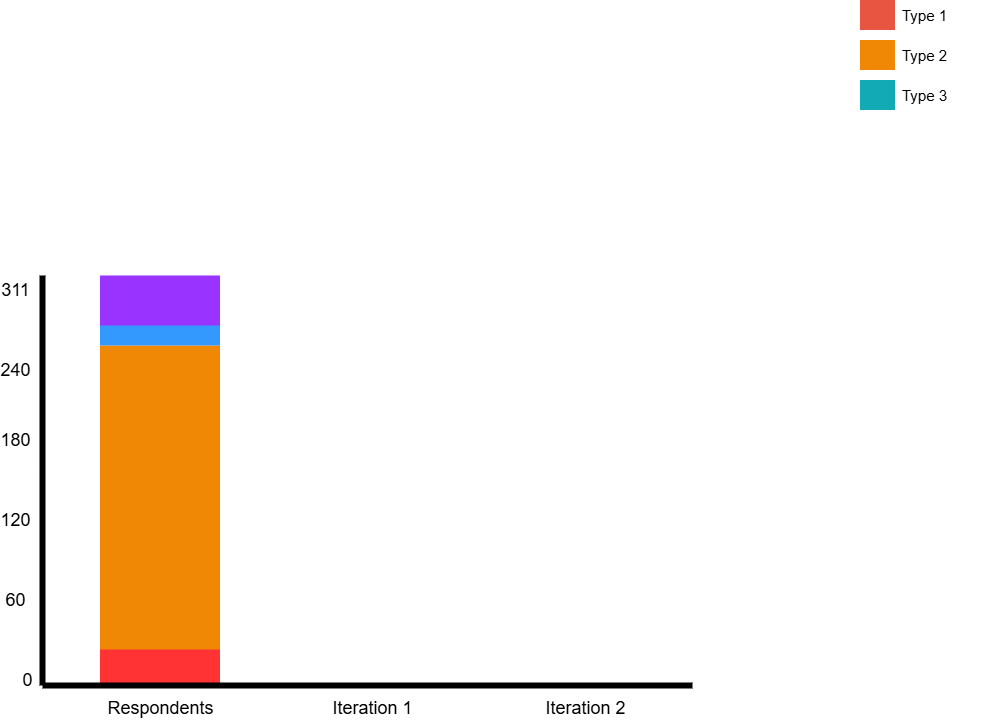
Earlier version of the draw.io export UserAcceptanceTestingSummary.drawio.png (kaisunoo/Acads). Source tidied: cells renumbered, new cells last; positions are measured from the earlier drawing's top-left corner, leaving out a move shared by most shapes.
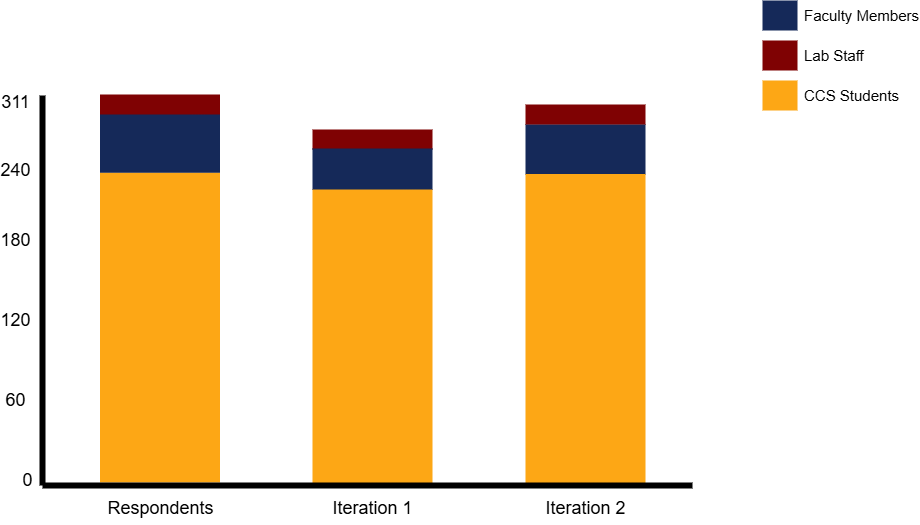
Later version of the same file.

Diff of the diagram source:
```diff
@@ -2,14 +2,20 @@
   <root>
     <mxCell id="0" />
     <mxCell id="1" parent="0" />
+    <mxCell id="23" style="whiteSpace=wrap;fillColor=#152959;gradientColor=none;gradientDirection=east;strokeColor=none;html=1;fontColor=#23445d;" parent="1" vertex="1">
+      <mxGeometry x="525" y="324.8" width="120" height="50.5" as="geometry" />
+    </mxCell>
+    <mxCell id="24" style="whiteSpace=wrap;fillColor=#FDA715;gradientColor=none;gradientDirection=east;strokeColor=none;html=1;fontColor=#23445d;" parent="1" vertex="1">
+      <mxGeometry x="525" y="374.5" width="120" height="310" as="geometry" />
+    </mxCell>
+    <mxCell id="25" style="whiteSpace=wrap;fillColor=#FDA715;gradientColor=none;gradientDirection=east;strokeColor=none;html=1;fontColor=#23445d;" parent="1" vertex="1">
+      <mxGeometry x="312" y="389.5" width="120" height="294" as="geometry" />
+    </mxCell>
-    <mxCell id="2" style="whiteSpace=wrap;fillColor=#F08705;gradientColor=none;gradientDirection=east;strokeColor=none;html=1;fontColor=#23445d;" parent="1" vertex="1">
-      <mxGeometry x="99.5" y="346" width="120" height="310" as="geometry" />
+    <mxCell id="2" style="whiteSpace=wrap;fillColor=#FDA715;gradientColor=none;gradientDirection=east;strokeColor=none;html=1;fontColor=#23445d;" parent="1" vertex="1">
+      <mxGeometry x="99.5" y="373" width="120" height="310" as="geometry" />
     </mxCell>
-    <mxCell id="3" style="whiteSpace=wrap;fillColor=#FF3333;gradientColor=none;gradientDirection=east;strokeColor=none;html=1;fontColor=#23445d;" parent="1" vertex="1">
-      <mxGeometry x="99.5" y="650" width="120" height="33.5" as="geometry" />
-    </mxCell>
-    <mxCell id="4" style="whiteSpace=wrap;fillColor=#9933FF;gradientColor=none;gradientDirection=east;strokeColor=none;html=1;fontColor=#23445d;" parent="1" vertex="1">
-      <mxGeometry x="99.5" y="276" width="120" height="50.5" as="geometry" />
+    <mxCell id="4" style="whiteSpace=wrap;fillColor=#152959;gradientColor=none;gradientDirection=east;strokeColor=none;html=1;fontColor=#23445d;" parent="1" vertex="1">
+      <mxGeometry x="99.5" y="306" width="120" height="67.2" as="geometry" />
     </mxCell>
     <mxCell id="5" value="Respondents" style="text;spacingTop=-5;align=center;verticalAlign=middle;fontStyle=0;html=1;fontSize=18;strokeColor=none;" parent="1" vertex="1">
       <mxGeometry x="99.5" y="696" width="120" height="30" as="geometry" />
@@ -17,35 +23,17 @@
     <mxCell id="6" value="Iteration 1" style="text;spacingTop=-5;align=center;verticalAlign=middle;fontStyle=0;html=1;fontSize=18;strokeColor=none;" parent="1" vertex="1">
       <mxGeometry x="312" y="696" width="120" height="30" as="geometry" />
     </mxCell>
-    <mxCell id="7" style="whiteSpace=wrap;fillColor=#12AAB5;gradientColor=none;gradientDirection=east;strokeColor=none;html=1;fontColor=#23445d;" parent="1" vertex="1">
-      <mxGeometry x="859.5" y="80.5" width="35" height="30" as="geometry" />
-    </mxCell>
-    <mxCell id="8" style="whiteSpace=wrap;fillColor=#F08705;gradientColor=none;gradientDirection=east;strokeColor=none;html=1;fontColor=#23445d;" parent="1" vertex="1">
-      <mxGeometry x="859.5" y="40.5" width="35" height="30" as="geometry" />
-    </mxCell>
-    <mxCell id="9" style="whiteSpace=wrap;fillColor=#E85642;gradientColor=none;gradientDirection=east;strokeColor=none;html=1;fontColor=#23445d;" parent="1" vertex="1">
-      <mxGeometry x="859.5" y="0.5" width="35" height="30" as="geometry" />
-    </mxCell>
-    <mxCell id="10" value="Type 1" style="text;spacingTop=-5;html=1;fontSize=15;" parent="1" vertex="1">
-      <mxGeometry x="899.5" y="5.5" width="80" height="20" as="geometry" />
-    </mxCell>
-    <mxCell id="11" value="Type 2" style="text;spacingTop=-5;html=1;fontSize=15;" parent="1" vertex="1">
-      <mxGeometry x="899.5" y="45.5" width="80" height="20" as="geometry" />
-    </mxCell>
-    <mxCell id="12" value="Type 3" style="text;spacingTop=-5;html=1;fontSize=15;" parent="1" vertex="1">
-      <mxGeometry x="899.5" y="85.5" width="80" height="20" as="geometry" />
-    </mxCell>
     <mxCell id="13" value="0" style="text;spacingTop=-5;align=center;verticalAlign=middle;fontStyle=0;html=1;fontSize=18;" parent="1" vertex="1">
       <mxGeometry x="12" y="666" width="30" height="34.5" as="geometry" />
     </mxCell>
     <mxCell id="14" value="Iteration 2" style="text;spacingTop=-5;align=center;verticalAlign=middle;fontStyle=0;html=1;fontSize=18;strokeColor=none;" parent="1" vertex="1">
       <mxGeometry x="524.5" y="696" width="120" height="30" as="geometry" />
     </mxCell>
-    <mxCell id="15" style="whiteSpace=wrap;fillColor=#3399FF;gradientColor=none;gradientDirection=east;strokeColor=none;html=1;fontColor=#23445d;" parent="1" vertex="1">
-      <mxGeometry x="99.5" y="326" width="120" height="20" as="geometry" />
+    <mxCell id="15" style="whiteSpace=wrap;fillColor=#7F0203;gradientColor=none;gradientDirection=east;strokeColor=none;html=1;fontColor=#23445d;" parent="1" vertex="1">
+      <mxGeometry x="99.5" y="295" width="120" height="20" as="geometry" />
     </mxCell>
     <mxCell id="16" value="311" style="text;spacingTop=-5;align=center;verticalAlign=middle;fontStyle=0;html=1;fontSize=18;" parent="1" vertex="1">
-      <mxGeometry x="-0.5" y="276" width="30" height="34.5" as="geometry" />
+      <mxGeometry x="-0.5" y="287.8" width="30" height="34.5" as="geometry" />
     </mxCell>
     <mxCell id="17" style="endArrow=none;html=1;rounded=0;strokeWidth=6;" parent="1" edge="1">
       <mxGeometry relative="1" as="geometry">
@@ -55,7 +43,7 @@
     </mxCell>
     <mxCell id="18" style="endArrow=none;html=1;rounded=0;strokeWidth=6;" parent="1" edge="1">
       <mxGeometry relative="1" as="geometry">
-        <mxPoint x="42" y="276" as="sourcePoint" />
+        <mxPoint x="42" y="296" as="sourcePoint" />
         <mxPoint x="42" y="686" as="targetPoint" />
       </mxGeometry>
     </mxCell>
@@ -71,5 +59,32 @@
     <mxCell id="22" value="240" style="text;spacingTop=-5;align=center;verticalAlign=middle;fontStyle=0;html=1;fontSize=18;" parent="1" vertex="1">
       <mxGeometry x="-0.5" y="356" width="30" height="34.5" as="geometry" />
     </mxCell>
+    <mxCell id="26" style="whiteSpace=wrap;fillColor=#152959;gradientColor=none;gradientDirection=east;strokeColor=none;html=1;fontColor=#23445d;" parent="1" vertex="1">
+      <mxGeometry x="762" y="201" width="35" height="30" as="geometry" />
+    </mxCell>
+    <mxCell id="27" style="whiteSpace=wrap;fillColor=#FDA715;gradientColor=none;gradientDirection=east;strokeColor=none;html=1;fontColor=#23445d;" parent="1" vertex="1">
+      <mxGeometry x="762" y="281" width="35" height="30" as="geometry" />
+    </mxCell>
+    <mxCell id="28" value="CCS Students" style="text;spacingTop=-5;html=1;fontSize=15;" parent="1" vertex="1">
+      <mxGeometry x="802" y="286" width="80" height="20" as="geometry" />
+    </mxCell>
+    <mxCell id="29" style="whiteSpace=wrap;fillColor=#7F0203;gradientColor=none;gradientDirection=east;strokeColor=none;html=1;fontColor=#23445d;" parent="1" vertex="1">
+      <mxGeometry x="762" y="241" width="35" height="30" as="geometry" />
+    </mxCell>
+    <mxCell id="30" value="Lab Staff" style="text;spacingTop=-5;html=1;fontSize=15;" parent="1" vertex="1">
+      <mxGeometry x="802" y="246" width="80" height="20" as="geometry" />
+    </mxCell>
+    <mxCell id="31" value="Faculty Members" style="text;spacingTop=-5;html=1;fontSize=15;" parent="1" vertex="1">
+      <mxGeometry x="802" y="206" width="80" height="20" as="geometry" />
+    </mxCell>
+    <mxCell id="32" style="whiteSpace=wrap;fillColor=#7F0203;gradientColor=none;gradientDirection=east;strokeColor=none;html=1;fontColor=#23445d;" parent="1" vertex="1">
+      <mxGeometry x="312" y="330" width="120" height="20" as="geometry" />
+    </mxCell>
+    <mxCell id="33" style="whiteSpace=wrap;fillColor=#7F0203;gradientColor=none;gradientDirection=east;strokeColor=none;html=1;fontColor=#23445d;" parent="1" vertex="1">
+      <mxGeometry x="525" y="305" width="120" height="20" as="geometry" />
+    </mxCell>
+    <mxCell id="34" style="whiteSpace=wrap;fillColor=#152959;gradientColor=none;gradientDirection=east;strokeColor=none;html=1;fontColor=#23445d;" parent="1" vertex="1">
+      <mxGeometry x="312" y="349" width="120" height="41" as="geometry" />
+    </mxCell>
   </root>
 </mxGraphModel>
```
